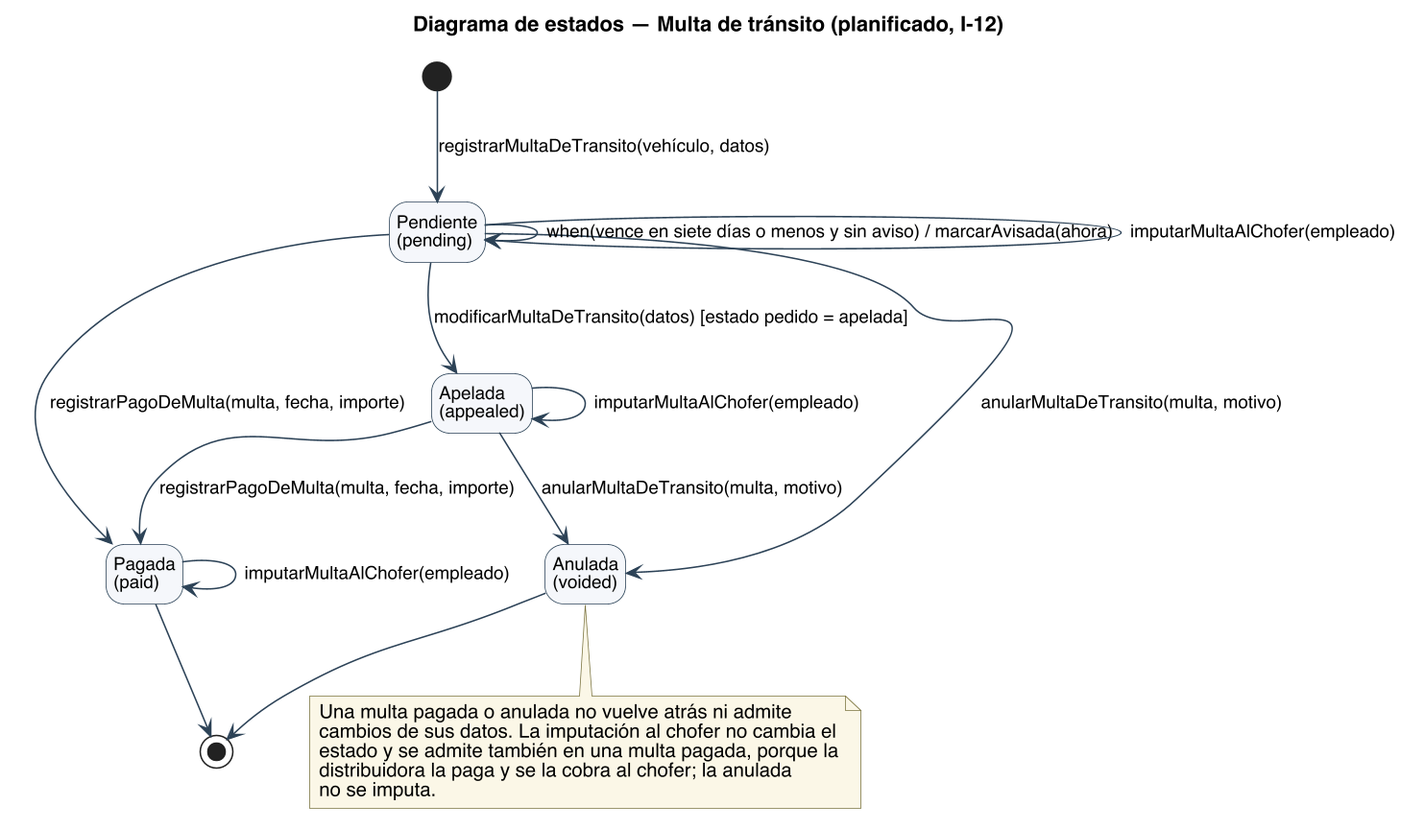
The PlantUML diagram diagramas/uml/UML_Estados_MultaTransito.png in Nahuelito-Dev/splg-docs, before a commit.
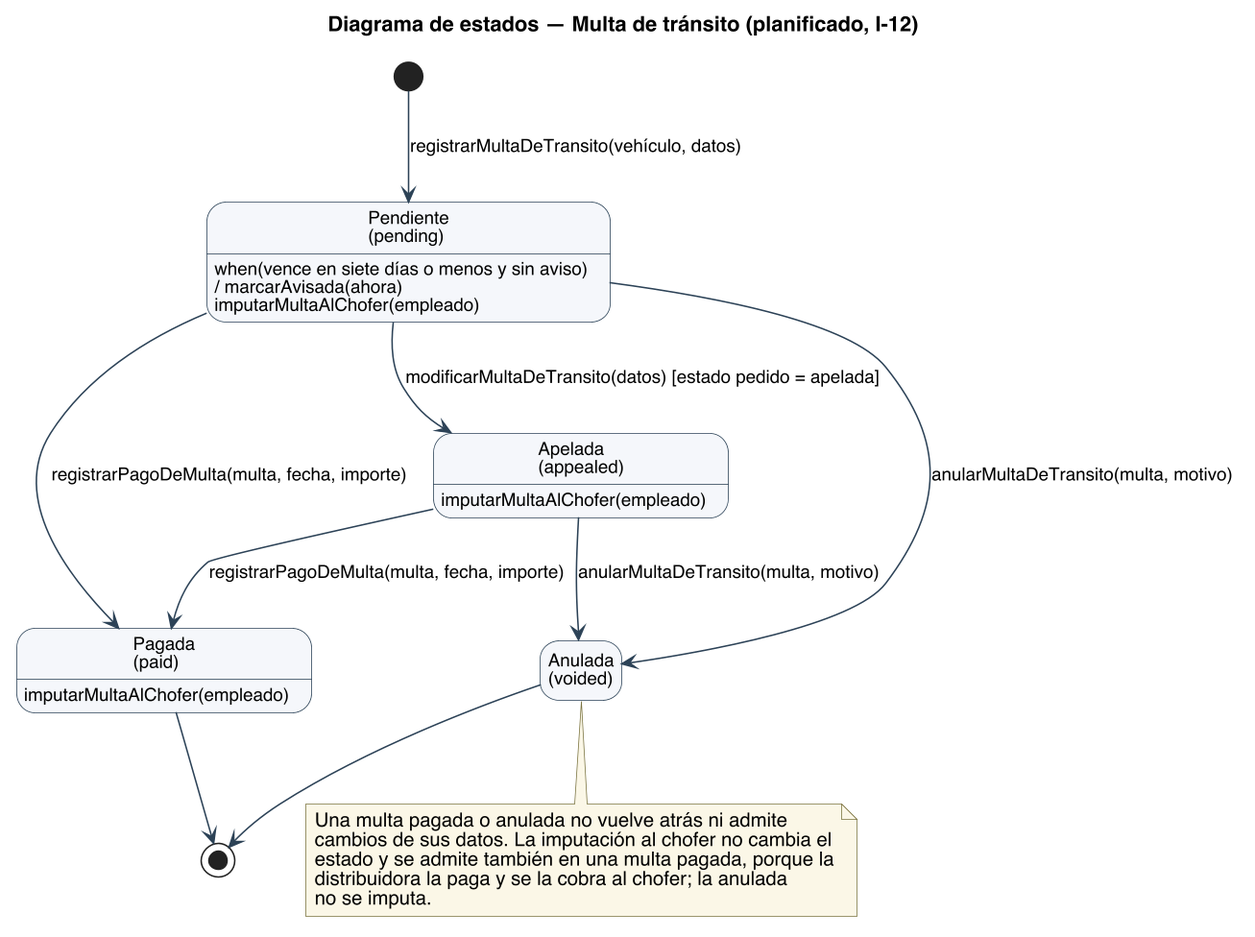
After the commit.

Diff of the diagram source:
```diff
@@ -28,10 +28,10 @@
 APPEALED --> PAID : registrarPagoDeMulta(multa, fecha, importe)
 PENDING --> VOIDED : anularMultaDeTransito(multa, motivo)
 APPEALED --> VOIDED : anularMultaDeTransito(multa, motivo)
-PENDING --> PENDING : when(vence en siete días o menos y sin aviso) / marcarAvisada(ahora)
-PENDING --> PENDING : imputarMultaAlChofer(empleado)
-APPEALED --> APPEALED : imputarMultaAlChofer(empleado)
-PAID --> PAID : imputarMultaAlChofer(empleado)
+PENDING : when(vence en siete días o menos y sin aviso)\n/ marcarAvisada(ahora)
+PENDING : imputarMultaAlChofer(empleado)
+APPEALED : imputarMultaAlChofer(empleado)
+PAID : imputarMultaAlChofer(empleado)
 PAID --> [*]
 VOIDED --> [*]
 
```
